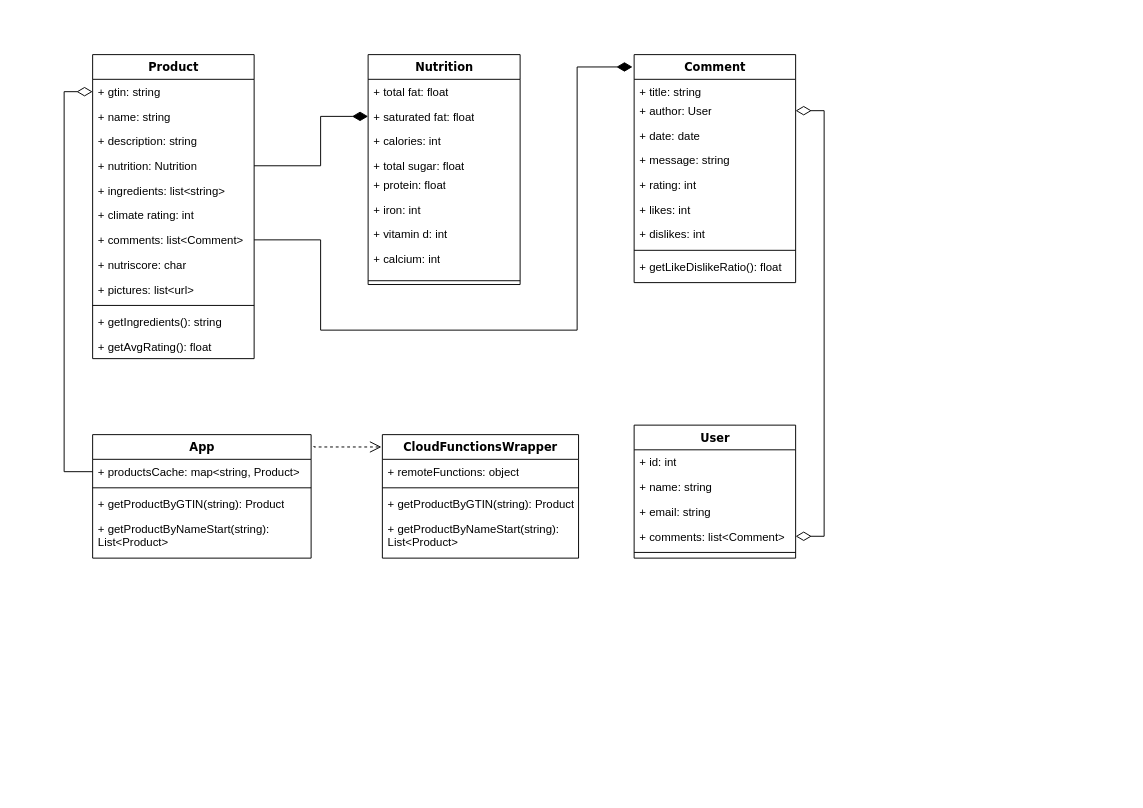
TeamNewtry/NewtryDocumentation keeps this draw.io diagram as Class_Diagram_Architecture.drawio. Above is the earlier version. Source tidied: cells renumbered, new cells numbered last; positions are measured from the earlier drawing's top-left corner, leaving out a move shared by most shapes. Both pictures are drawn from the tidied source at 95%, with x=0, y=0 at pixel (92, 54).
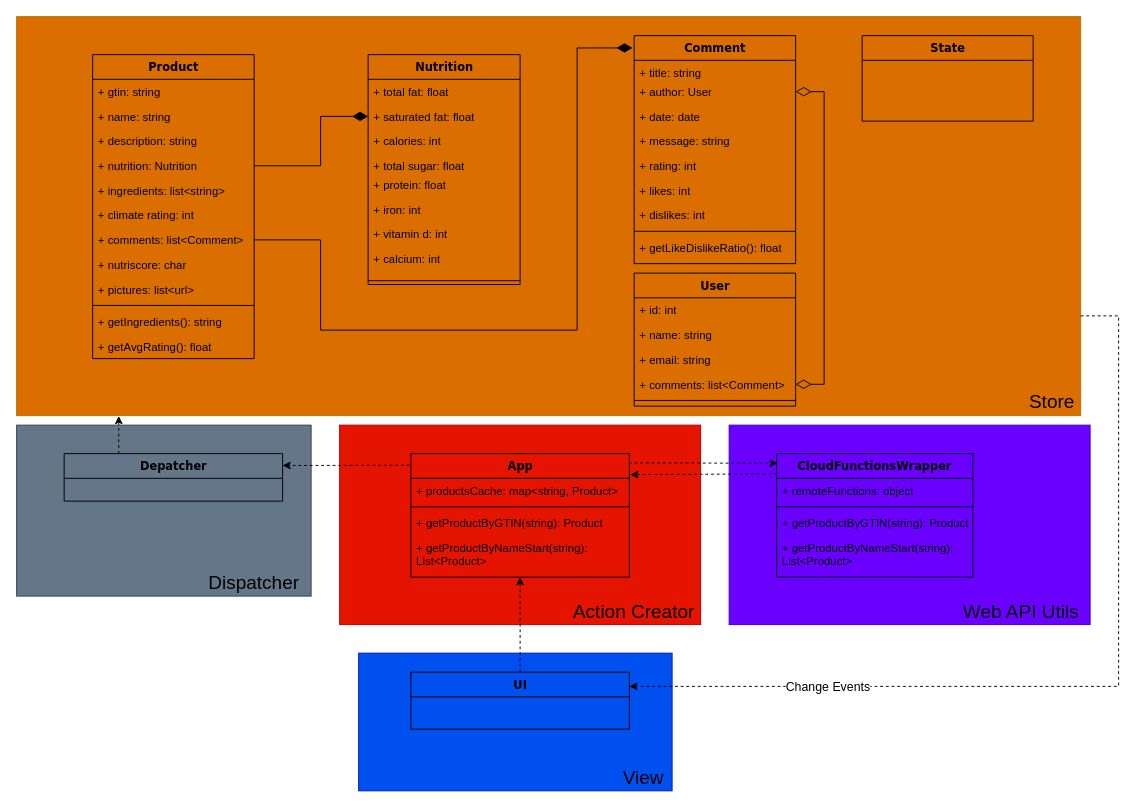
Above is the later version.

Unchanged cells that the change refers to:
```xml
<mxCell id="3" value="+ gtin: string" style="text;html=1;strokeColor=none;fillColor=none;align=left;verticalAlign=top;spacingLeft=4;spacingRight=4;whiteSpace=wrap;overflow=hidden;points=[[0,0.5],[1,0.5]];portConstraint=eastwest;" parent="2" vertex="1">
  <mxGeometry y="26" width="170" height="26" as="geometry" />
</mxCell>
<mxCell id="9" value="+ comments: list&amp;lt;Comment&amp;gt;" style="text;html=1;strokeColor=none;fillColor=none;align=left;verticalAlign=top;spacingLeft=4;spacingRight=4;whiteSpace=wrap;overflow=hidden;points=[[0,0.5],[1,0.5]];portConstraint=eastwest;" parent="2" vertex="1">
  <mxGeometry y="182" width="170" height="26" as="geometry" />
</mxCell>
<mxCell id="27" value="+ productsCache: map&amp;lt;string, Product&amp;gt;" style="text;html=1;strokeColor=none;fillColor=none;align=left;verticalAlign=top;spacingLeft=4;spacingRight=4;whiteSpace=wrap;overflow=hidden;points=[[0,0.5],[1,0.5]];portConstraint=eastwest;" parent="26" vertex="1">
  <mxGeometry y="26" width="230" height="26" as="geometry" />
</mxCell>
```

The edit, as a diff of the source:
```diff
@@
+    <mxCell id="56" style="rounded=0;whiteSpace=wrap;html=1;fontSize=20;fillColor=#647687;strokeColor=#314354;fontColor=#ffffff;" parent="1" vertex="1">
+      <mxGeometry x="-80" y="390" width="310" height="180" as="geometry" />
+    </mxCell>
+    <mxCell id="57" value="&lt;span style=&quot;font-size: 20px&quot;&gt;Dispatcher&lt;/span&gt;" style="text;html=1;strokeColor=none;fillColor=none;align=center;verticalAlign=middle;whiteSpace=wrap;rounded=0;" parent="1" vertex="1">
+      <mxGeometry x="90" y="540" width="160" height="30" as="geometry" />
+    </mxCell>
+    <mxCell id="58" style="rounded=0;whiteSpace=wrap;html=1;fontSize=20;fillColor=#e51400;strokeColor=#B20000;fontColor=#ffffff;" parent="1" vertex="1">
+      <mxGeometry x="260" y="390" width="380" height="210" as="geometry" />
+    </mxCell>
+    <mxCell id="59" value="&lt;font style=&quot;font-size: 20px&quot;&gt;Action Creator&lt;/font&gt;" style="text;html=1;strokeColor=none;fillColor=none;align=center;verticalAlign=middle;whiteSpace=wrap;rounded=0;" parent="1" vertex="1">
+      <mxGeometry x="490" y="570" width="160" height="30" as="geometry" />
+    </mxCell>
+    <mxCell id="60" style="rounded=0;whiteSpace=wrap;html=1;fontSize=20;fillColor=#0050ef;strokeColor=#001DBC;fontColor=#ffffff;" parent="1" vertex="1">
+      <mxGeometry x="280" y="630" width="330" height="145" as="geometry" />
+    </mxCell>
+    <mxCell id="61" value="&lt;font style=&quot;font-size: 20px&quot;&gt;View&lt;/font&gt;" style="text;html=1;strokeColor=none;fillColor=none;align=center;verticalAlign=middle;whiteSpace=wrap;rounded=0;" parent="1" vertex="1">
+      <mxGeometry x="540" y="745" width="80" height="30" as="geometry" />
+    </mxCell>
+    <mxCell id="62" style="rounded=0;whiteSpace=wrap;html=1;fillColor=#DB6E00;strokeColor=#BD7000;fontColor=#000000;" parent="1" vertex="1">
+      <mxGeometry x="-80" y="-40" width="1120" height="420" as="geometry" />
+    </mxCell>
@@
-    <mxCell id="25" style="edgeStyle=orthogonalEdgeStyle;rounded=0;jettySize=auto;html=1;exitX=1.013;exitY=0.092;exitDx=0;exitDy=0;entryX=-0.005;entryY=0.1;entryDx=0;entryDy=0;dashed=1;endArrow=open;endFill=0;endSize=10;exitPerimeter=0;entryPerimeter=0;" parent="1" edge="1" source="26" target="41">
-      <mxGeometry relative="1" as="geometry">
-        <Array as="points">
-          <mxPoint x="233" y="413" />
-        </Array>
-      </mxGeometry>
-    </mxCell>
     <mxCell id="26" value="App" style="swimlane;html=1;fontStyle=1;align=center;verticalAlign=top;horizontal=1;startSize=26;swimlaneFillColor=none;rounded=0;shadow=0;comic=0;labelBackgroundColor=none;strokeWidth=1;fillColor=none;fontFamily=Verdana;fontSize=12;" parent="1" vertex="1">
-      <mxGeometry y="400" width="230" height="130" as="geometry" />
+      <mxGeometry x="335" y="420" width="230" height="130" as="geometry" />
     </mxCell>
@@
     <mxCell id="31" value="Comment" style="swimlane;html=1;fontStyle=1;align=center;verticalAlign=top;horizontal=1;startSize=26;swimlaneFillColor=none;rounded=0;shadow=0;comic=0;labelBackgroundColor=none;strokeWidth=1;fillColor=none;fontFamily=Verdana;fontSize=12;" parent="1" vertex="1">
-      <mxGeometry x="570" width="170" height="240" as="geometry" />
+      <mxGeometry x="570" y="-20" width="170" height="240" as="geometry" />
     </mxCell>
@@
-    <mxCell id="41" value="CloudFunctionsWrapper" style="swimlane;html=1;fontStyle=1;align=center;verticalAlign=top;horizontal=1;startSize=26;swimlaneFillColor=none;rounded=0;shadow=0;comic=0;labelBackgroundColor=none;strokeWidth=1;fillColor=none;fontFamily=Verdana;fontSize=12;" parent="1" vertex="1">
-      <mxGeometry x="305" y="400" width="206.5" height="130" as="geometry" />
-    </mxCell>
-    <mxCell id="42" value="+ remoteFunctions: object" style="text;html=1;strokeColor=none;fillColor=none;align=left;verticalAlign=top;spacingLeft=4;spacingRight=4;whiteSpace=wrap;overflow=hidden;" parent="41" vertex="1">
-      <mxGeometry y="26" width="206.5" height="26" as="geometry" />
-    </mxCell>
-    <mxCell id="43" style="line;html=1;strokeWidth=1;fillColor=none;align=left;verticalAlign=middle;spacingTop=-1;spacingLeft=3;spacingRight=3;labelPosition=right;" parent="41" vertex="1">
-      <mxGeometry y="52" width="206.5" height="8" as="geometry" />
-    </mxCell>
-    <mxCell id="44" value="+ getProductByGTIN(string): Product" style="text;html=1;strokeColor=none;fillColor=none;align=left;verticalAlign=top;spacingLeft=4;spacingRight=4;whiteSpace=wrap;overflow=hidden;" parent="41" vertex="1">
-      <mxGeometry y="60" width="206.5" height="26" as="geometry" />
-    </mxCell>
-    <mxCell id="45" value="+ getProductByNameStart(string): List&amp;lt;Product&amp;gt;" style="text;html=1;strokeColor=none;fillColor=none;align=left;verticalAlign=top;spacingLeft=4;spacingRight=4;whiteSpace=wrap;overflow=hidden;" parent="41" vertex="1">
-      <mxGeometry y="86" width="206.5" height="44" as="geometry" />
-    </mxCell>
-    <mxCell id="46" style="edgeStyle=orthogonalEdgeStyle;rounded=0;jettySize=auto;html=1;exitX=0;exitY=0.5;exitDx=0;exitDy=0;entryX=0;entryY=0.5;entryDx=0;entryDy=0;endArrow=diamondThin;endFill=0;strokeWidth=1;endSize=14;" parent="1" edge="1" source="27" target="3">
-      <mxGeometry relative="1" as="geometry" />
-    </mxCell>
     <mxCell id="47" value="User" style="swimlane;html=1;fontStyle=1;align=center;verticalAlign=top;horizontal=1;startSize=26;swimlaneFillColor=none;rounded=0;shadow=0;comic=0;labelBackgroundColor=none;strokeWidth=1;fillColor=none;fontFamily=Verdana;fontSize=12;" parent="1" vertex="1">
-      <mxGeometry x="570" y="390" width="170" height="140" as="geometry" />
+      <mxGeometry x="570" y="230" width="170" height="140" as="geometry" />
     </mxCell>
@@
     <mxCell id="54" style="edgeStyle=orthogonalEdgeStyle;rounded=0;jettySize=auto;html=1;exitX=1;exitY=0.5;exitDx=0;exitDy=0;entryX=-0.01;entryY=0.054;entryDx=0;entryDy=0;entryPerimeter=0;endArrow=diamondThin;endFill=1;strokeWidth=1;endSize=14;" parent="1" edge="1" source="9" target="31">
       <mxGeometry relative="1" as="geometry">
         <Array as="points">
           <mxPoint x="240" y="195" />
           <mxPoint x="240" y="290" />
           <mxPoint x="510" y="290" />
-          <mxPoint x="510" y="13" />
+          <mxPoint x="510" y="-7" />
         </Array>
       </mxGeometry>
     </mxCell>
@@
+    <mxCell id="63" value="&lt;font style=&quot;font-size: 20px&quot;&gt;Store&lt;/font&gt;" style="text;html=1;strokeColor=none;fillColor=none;align=center;verticalAlign=middle;whiteSpace=wrap;rounded=0;" parent="1" vertex="1">
+      <mxGeometry x="980" y="350" width="60" height="30" as="geometry" />
+    </mxCell>
+    <mxCell id="64" style="group;fillColor=#6a00ff;fontColor=#ffffff;strokeColor=#3700CC;" parent="1" vertex="1">
+      <mxGeometry x="670" y="390" width="380" height="210" as="geometry" />
+    </mxCell>
+    <mxCell id="41" value="CloudFunctionsWrapper" style="swimlane;html=1;fontStyle=1;align=center;verticalAlign=top;horizontal=1;startSize=26;swimlaneFillColor=none;rounded=0;shadow=0;comic=0;labelBackgroundColor=none;strokeWidth=1;fillColor=none;fontFamily=Verdana;fontSize=12;" parent="64" vertex="1">
+      <mxGeometry x="50" y="30" width="206.5" height="130" as="geometry" />
+    </mxCell>
+    <mxCell id="42" value="+ remoteFunctions: object" style="text;html=1;strokeColor=none;fillColor=none;align=left;verticalAlign=top;spacingLeft=4;spacingRight=4;whiteSpace=wrap;overflow=hidden;" parent="41" vertex="1">
+      <mxGeometry y="26" width="206.5" height="26" as="geometry" />
+    </mxCell>
+    <mxCell id="43" style="line;html=1;strokeWidth=1;fillColor=none;align=left;verticalAlign=middle;spacingTop=-1;spacingLeft=3;spacingRight=3;labelPosition=right;" parent="41" vertex="1">
+      <mxGeometry y="52" width="206.5" height="8" as="geometry" />
+    </mxCell>
+    <mxCell id="44" value="+ getProductByGTIN(string): Product" style="text;html=1;strokeColor=none;fillColor=none;align=left;verticalAlign=top;spacingLeft=4;spacingRight=4;whiteSpace=wrap;overflow=hidden;" parent="41" vertex="1">
+      <mxGeometry y="60" width="206.5" height="26" as="geometry" />
+    </mxCell>
+    <mxCell id="45" value="+ getProductByNameStart(string): List&amp;lt;Product&amp;gt;" style="text;html=1;strokeColor=none;fillColor=none;align=left;verticalAlign=top;spacingLeft=4;spacingRight=4;whiteSpace=wrap;overflow=hidden;" parent="41" vertex="1">
+      <mxGeometry y="86" width="206.5" height="44" as="geometry" />
+    </mxCell>
+    <mxCell id="65" value="&lt;font style=&quot;font-size: 20px&quot;&gt;Web API Utils&lt;/font&gt;" style="text;html=1;strokeColor=none;fillColor=none;align=center;verticalAlign=middle;whiteSpace=wrap;rounded=0;" parent="64" vertex="1">
+      <mxGeometry x="235" y="180" width="145" height="30" as="geometry" />
+    </mxCell>
+    <mxCell id="66" value="Depatcher" style="swimlane;html=1;fontStyle=1;align=center;verticalAlign=top;horizontal=1;startSize=26;swimlaneFillColor=none;rounded=0;shadow=0;comic=0;labelBackgroundColor=none;strokeWidth=1;fillColor=none;fontFamily=Verdana;fontSize=12;" parent="1" vertex="1">
+      <mxGeometry x="-30" y="420" width="230" height="50" as="geometry" />
+    </mxCell>
+    <mxCell id="67" value="UI" style="swimlane;html=1;fontStyle=1;align=center;verticalAlign=top;horizontal=1;startSize=26;swimlaneFillColor=none;rounded=0;shadow=0;comic=0;labelBackgroundColor=none;strokeWidth=1;fillColor=none;fontFamily=Verdana;fontSize=12;" parent="1" vertex="1">
+      <mxGeometry x="335" y="650" width="230" height="60" as="geometry" />
+    </mxCell>
+    <mxCell id="68" style="text;html=1;strokeColor=none;fillColor=none;align=left;verticalAlign=top;spacingLeft=4;spacingRight=4;whiteSpace=wrap;overflow=hidden;" parent="67" vertex="1">
+      <mxGeometry y="26" width="230" height="12" as="geometry" />
+    </mxCell>
+    <mxCell id="25" style="endArrow=classic;html=1;rounded=0;exitX=0.997;exitY=0.075;exitDx=0;exitDy=0;exitPerimeter=0;dashed=1;entryX=0.005;entryY=0.078;entryDx=0;entryDy=0;entryPerimeter=0;" parent="1" edge="1" source="26" target="41">
+      <mxGeometry relative="1" as="geometry" />
+    </mxCell>
+    <mxCell id="69" style="endArrow=classic;html=1;rounded=0;dashed=1;exitX=0;exitY=0.164;exitDx=0;exitDy=0;exitPerimeter=0;entryX=1.004;entryY=0.17;entryDx=0;entryDy=0;entryPerimeter=0;" parent="1" edge="1" source="41" target="26">
+      <mxGeometry relative="1" as="geometry" />
+    </mxCell>
+    <mxCell id="70" style="endArrow=classic;html=1;rounded=0;dashed=1;exitX=0.5;exitY=0;exitDx=0;exitDy=0;entryX=0.5;entryY=1;entryDx=0;entryDy=0;" parent="1" edge="1" source="67" target="26">
+      <mxGeometry relative="1" as="geometry" />
+    </mxCell>
+    <mxCell id="71" value="State" style="swimlane;html=1;fontStyle=1;align=center;verticalAlign=top;horizontal=1;startSize=26;swimlaneFillColor=none;rounded=0;shadow=0;comic=0;labelBackgroundColor=none;strokeWidth=1;fillColor=none;fontFamily=Verdana;fontSize=12;" parent="1" vertex="1">
+      <mxGeometry x="810" y="-20" width="180" height="90" as="geometry" />
+    </mxCell>
+    <mxCell id="72" style="text;html=1;strokeColor=none;fillColor=none;align=left;verticalAlign=top;spacingLeft=4;spacingRight=4;whiteSpace=wrap;overflow=hidden;" parent="71" vertex="1">
+      <mxGeometry y="26" width="180" height="44" as="geometry" />
+    </mxCell>
+    <mxCell id="73" style="endArrow=classic;html=1;rounded=0;dashed=1;exitX=-0.006;exitY=0.094;exitDx=0;exitDy=0;exitPerimeter=0;entryX=1;entryY=0.25;entryDx=0;entryDy=0;" parent="1" edge="1" source="26" target="66">
+      <mxGeometry relative="1" as="geometry" />
+    </mxCell>
+    <mxCell id="74" style="endArrow=classic;html=1;rounded=0;dashed=1;exitX=0.25;exitY=0;exitDx=0;exitDy=0;entryX=0.096;entryY=1.001;entryDx=0;entryDy=0;entryPerimeter=0;" parent="1" edge="1" source="66" target="62">
+      <mxGeometry relative="1" as="geometry" />
+    </mxCell>
+    <mxCell id="75" style="endArrow=classic;html=1;rounded=0;dashed=1;exitX=1;exitY=0.75;exitDx=0;exitDy=0;entryX=1;entryY=0.25;entryDx=0;entryDy=0;" parent="1" edge="1" source="62" target="67">
+      <mxGeometry relative="1" as="geometry">
+        <Array as="points">
+          <mxPoint x="1080" y="275" />
+          <mxPoint x="1080" y="665" />
+        </Array>
+      </mxGeometry>
+    </mxCell>
+    <mxCell id="76" value="&lt;font style=&quot;font-size: 13px&quot;&gt;Change Events&lt;/font&gt;" style="edgeLabel;html=1;align=center;verticalAlign=middle;" parent="75" vertex="1">
+      <mxGeometry x="0.56" y="-1" relative="1" as="geometry" />
+    </mxCell>
```
